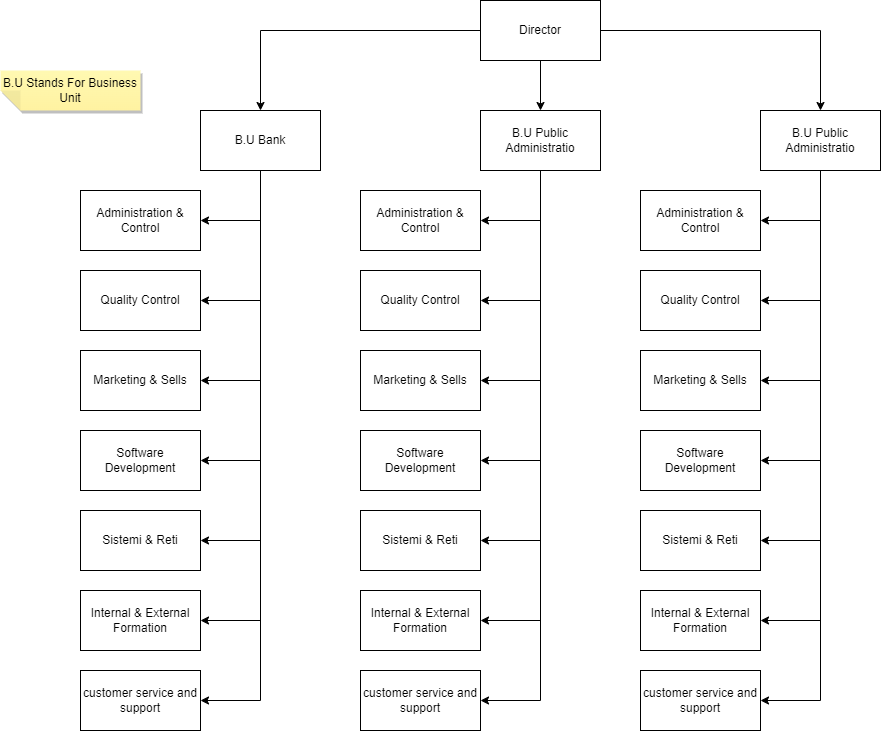
Before: Organigramma1.png, a diagram exported from draw.io (massimoty/School). Source tidied: cells renumbered, new cells last; positions are measured from the earlier drawing's top-left corner, leaving out a move shared by most shapes.
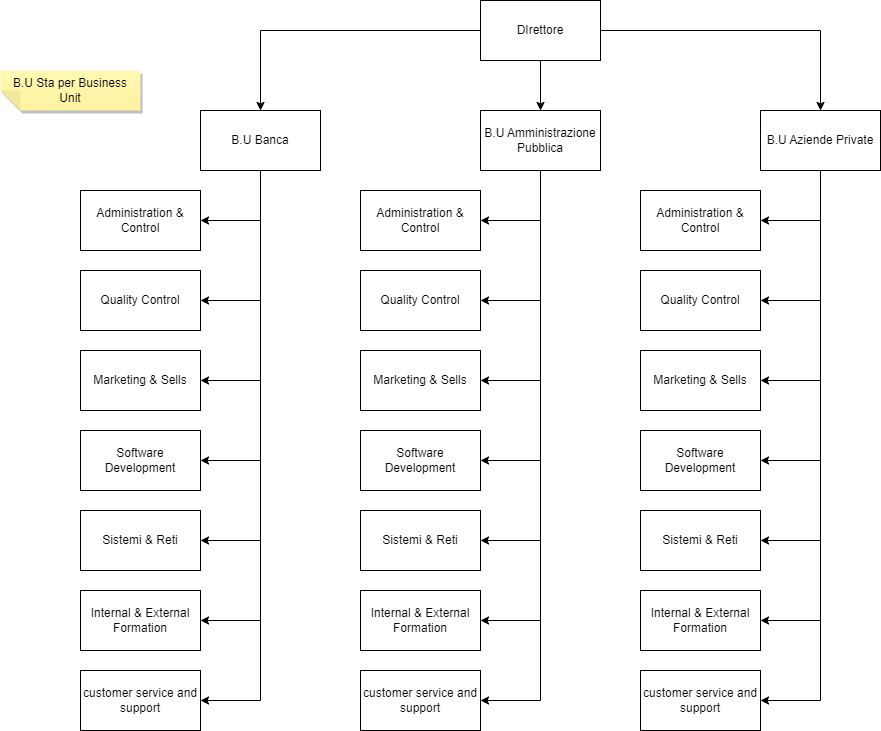
Above is the later version.

The edit, as a diff of the source:
```diff
@@ -8,7 +8,7 @@
     <mxCell id="3" style="edgeStyle=orthogonalEdgeStyle;rounded=0;jettySize=auto;html=1;exitX=0.5;exitY=1;exitDx=0;exitDy=0;entryX=0.5;entryY=0;entryDx=0;entryDy=0;" parent="1" edge="1" source="4" target="20">
       <mxGeometry relative="1" as="geometry" />
     </mxCell>
-    <mxCell id="4" value="Director" style="rounded=0;whiteSpace=wrap;html=1;" parent="1" vertex="1">
+    <mxCell id="4" value="DIrettore" style="rounded=0;whiteSpace=wrap;html=1;" parent="1" vertex="1">
       <mxGeometry x="480" width="120" height="60" as="geometry" />
     </mxCell>
     <mxCell id="5" style="edgeStyle=orthogonalEdgeStyle;rounded=0;jettySize=auto;html=1;exitX=0.5;exitY=1;exitDx=0;exitDy=0;entryX=1;entryY=0.5;entryDx=0;entryDy=0;" parent="1" edge="1" source="12" target="30">
@@ -32,7 +32,7 @@
     <mxCell id="11" style="edgeStyle=orthogonalEdgeStyle;rounded=0;jettySize=auto;html=1;exitX=0.5;exitY=1;exitDx=0;exitDy=0;entryX=1;entryY=0.5;entryDx=0;entryDy=0;" parent="1" edge="1" source="12" target="36">
       <mxGeometry relative="1" as="geometry" />
     </mxCell>
-    <mxCell id="12" value="B.U Bank" style="rounded=0;whiteSpace=wrap;html=1;hachureGap=4;fontFamily=Helvetica;fontSize=12;" parent="1" vertex="1">
+    <mxCell id="12" value="B.U Banca" style="rounded=0;whiteSpace=wrap;html=1;hachureGap=4;fontFamily=Helvetica;fontSize=12;" parent="1" vertex="1">
       <mxGeometry x="200" y="110" width="120" height="60" as="geometry" />
     </mxCell>
     <mxCell id="13" style="edgeStyle=orthogonalEdgeStyle;rounded=0;jettySize=auto;html=1;exitX=0.5;exitY=1;exitDx=0;exitDy=0;entryX=1;entryY=0.5;entryDx=0;entryDy=0;" parent="1" edge="1" source="20" target="37">
@@ -56,7 +56,7 @@
     <mxCell id="19" style="edgeStyle=orthogonalEdgeStyle;rounded=0;jettySize=auto;html=1;exitX=0.5;exitY=1;exitDx=0;exitDy=0;entryX=1;entryY=0.5;entryDx=0;entryDy=0;" parent="1" edge="1" source="20" target="43">
       <mxGeometry relative="1" as="geometry" />
     </mxCell>
-    <mxCell id="20" value="B.U Public Administratio" style="rounded=0;whiteSpace=wrap;html=1;hachureGap=4;fontFamily=Helvetica;fontSize=12;" parent="1" vertex="1">
+    <mxCell id="20" value="B.U Amministrazione Pubblica" style="rounded=0;whiteSpace=wrap;html=1;hachureGap=4;fontFamily=Helvetica;fontSize=12;" parent="1" vertex="1">
       <mxGeometry x="480" y="110" width="120" height="60" as="geometry" />
     </mxCell>
     <mxCell id="21" style="edgeStyle=orthogonalEdgeStyle;rounded=0;jettySize=auto;html=1;exitX=0.5;exitY=1;exitDx=0;exitDy=0;entryX=1;entryY=0.5;entryDx=0;entryDy=0;" parent="1" edge="1" source="28" target="44">
@@ -80,7 +80,7 @@
     <mxCell id="27" style="edgeStyle=orthogonalEdgeStyle;rounded=0;jettySize=auto;html=1;exitX=0.5;exitY=1;exitDx=0;exitDy=0;entryX=1;entryY=0.5;entryDx=0;entryDy=0;" parent="1" edge="1" source="28" target="50">
       <mxGeometry relative="1" as="geometry" />
     </mxCell>
-    <mxCell id="28" value="B.U Public Administratio" style="rounded=0;whiteSpace=wrap;html=1;hachureGap=4;fontFamily=Helvetica;fontSize=12;" parent="1" vertex="1">
+    <mxCell id="28" value="B.U Aziende Private" style="rounded=0;whiteSpace=wrap;html=1;hachureGap=4;fontFamily=Helvetica;fontSize=12;" parent="1" vertex="1">
       <mxGeometry x="760" y="110" width="120" height="60" as="geometry" />
     </mxCell>
     <mxCell id="29" style="edgeStyle=orthogonalEdgeStyle;rounded=0;jettySize=auto;html=1;exitX=0;exitY=0.5;exitDx=0;exitDy=0;entryX=0.5;entryY=0;entryDx=0;entryDy=0;" parent="1" edge="1" source="4" target="12">
@@ -149,7 +149,7 @@
     <mxCell id="50" value="customer service and support" style="rounded=0;whiteSpace=wrap;html=1;" parent="1" vertex="1">
       <mxGeometry x="640" y="670" width="120" height="60" as="geometry" />
     </mxCell>
-    <mxCell id="51" value="B.U Stands For Business Unit" style="shape=note;whiteSpace=wrap;html=1;backgroundOutline=1;fontColor=#000000;darkOpacity=0.05;fillColor=#FFF9B2;strokeColor=none;fillStyle=solid;direction=west;gradientDirection=north;gradientColor=#FFF2A1;shadow=1;size=20;" parent="1" vertex="1">
+    <mxCell id="51" value="B.U Sta per Business Unit" style="shape=note;whiteSpace=wrap;html=1;backgroundOutline=1;fontColor=#000000;darkOpacity=0.05;fillColor=#FFF9B2;strokeColor=none;fillStyle=solid;direction=west;gradientDirection=north;gradientColor=#FFF2A1;shadow=1;size=20;" parent="1" vertex="1">
       <mxGeometry y="70" width="140" height="40" as="geometry" />
     </mxCell>
   </root>
```
